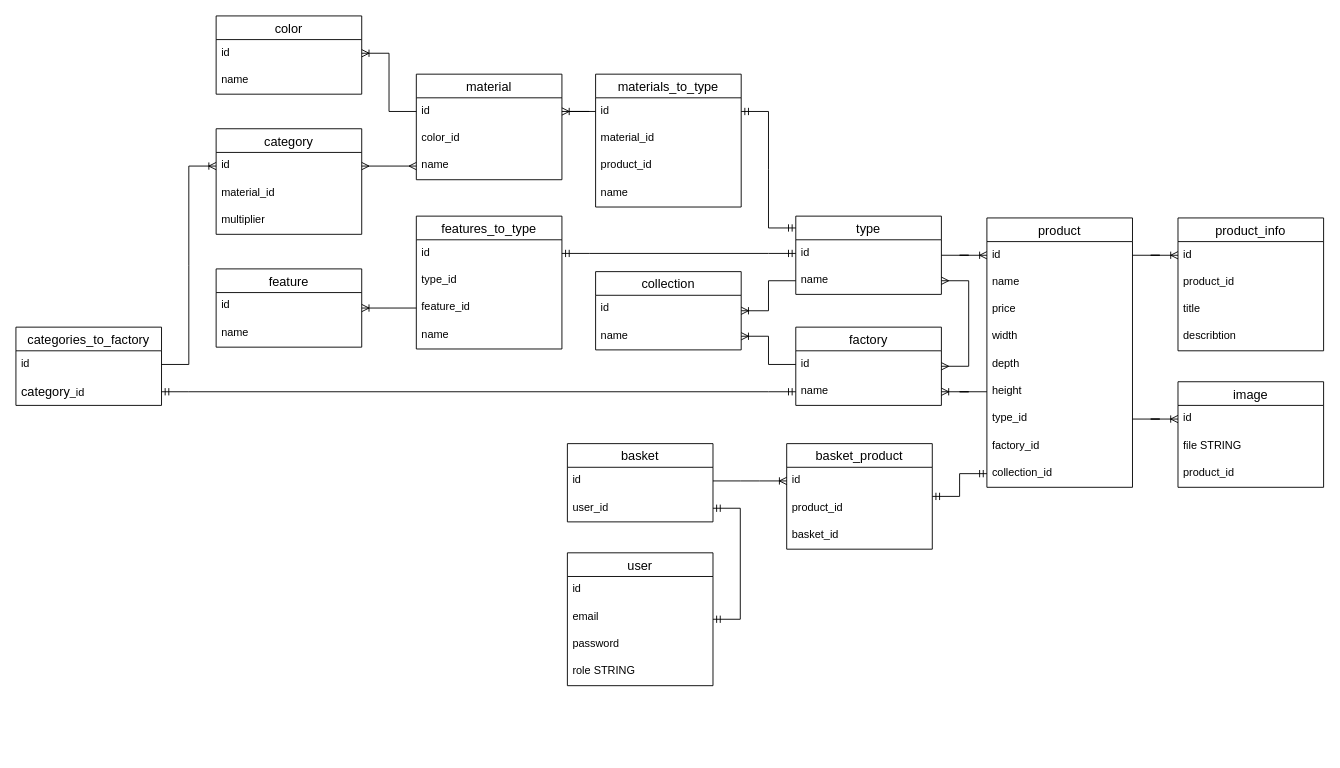
Ingwaruz/riazanov-mebel-shop keeps this draw.io diagram as DB-riazanov-shop.drawio. Above is the earlier version. Source tidied: cells renumbered, new cells numbered last; positions are measured from the earlier drawing's top-left corner, leaving out a move shared by most shapes. Both pictures are drawn from the tidied source at 91%, with x=0, y=0 at pixel (15, 15).
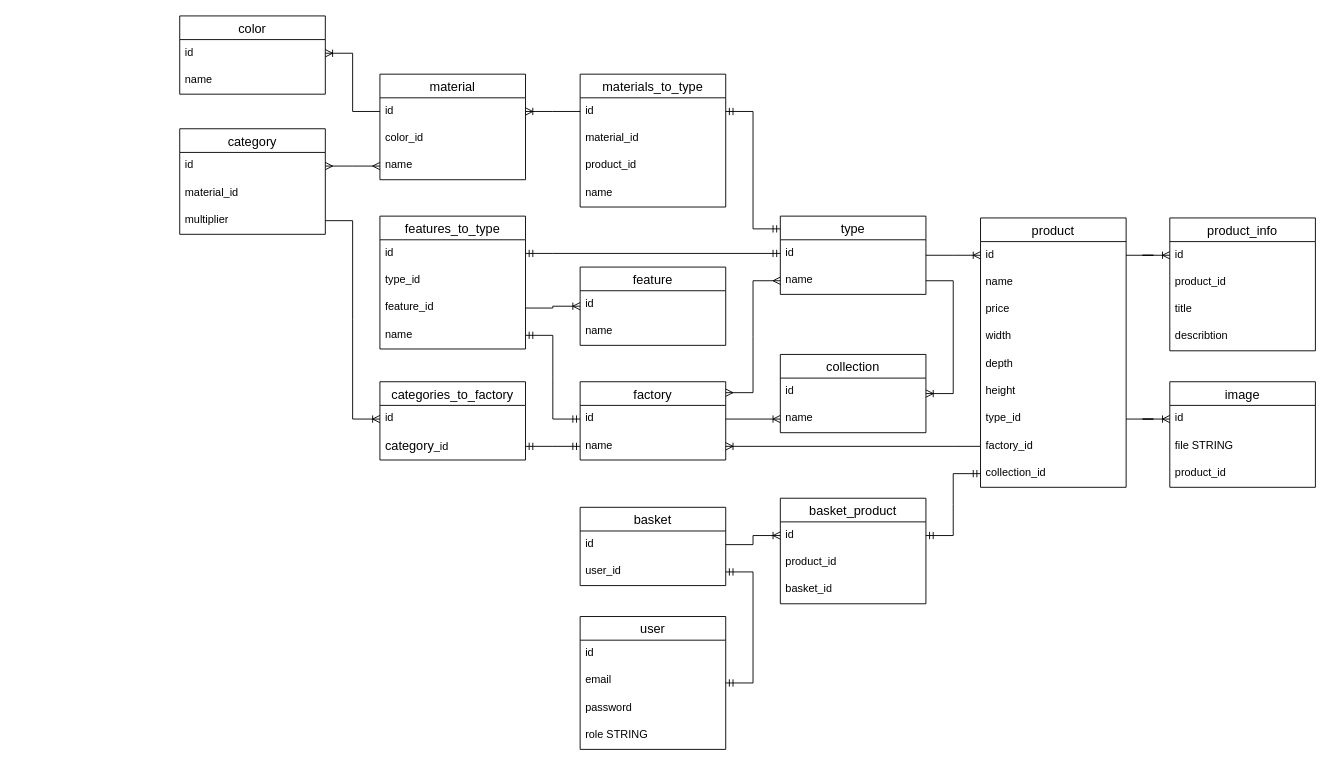
The same page after the edit.

Commit message:
optimal db schema

The change refers to these unchanged cells:
```xml
<mxCell id="9" value="user_id" style="text;strokeColor=none;fillColor=none;spacingLeft=4;spacingRight=4;overflow=hidden;points=[[0,0.5],[1,0.5]];portConstraint=eastwest;fontSize=12;whiteSpace=wrap;html=1;" parent="7" vertex="1">
  <mxGeometry y="56" width="160" height="30" as="geometry" />
</mxCell>
<mxCell id="16" value="height" style="text;strokeColor=none;fillColor=none;spacingLeft=4;spacingRight=4;overflow=hidden;points=[[0,0.5],[1,0.5]];portConstraint=eastwest;fontSize=12;whiteSpace=wrap;html=1;" parent="10" vertex="1">
  <mxGeometry y="176" width="160" height="30" as="geometry" />
</mxCell>
<mxCell id="18" value="factory_id" style="text;strokeColor=none;fillColor=none;spacingLeft=4;spacingRight=4;overflow=hidden;points=[[0,0.5],[1,0.5]];portConstraint=eastwest;fontSize=12;whiteSpace=wrap;html=1;" parent="10" vertex="1">
  <mxGeometry y="236" width="160" height="30" as="geometry" />
</mxCell>
<mxCell id="19" value="collection_id" style="text;strokeColor=none;fillColor=none;spacingLeft=4;spacingRight=4;overflow=hidden;points=[[0,0.5],[1,0.5]];portConstraint=eastwest;fontSize=12;whiteSpace=wrap;html=1;" parent="10" vertex="1">
  <mxGeometry y="266" width="160" height="30" as="geometry" />
</mxCell>
<mxCell id="21" value="id" style="text;strokeColor=none;fillColor=none;spacingLeft=4;spacingRight=4;overflow=hidden;points=[[0,0.5],[1,0.5]];portConstraint=eastwest;fontSize=12;whiteSpace=wrap;html=1;" parent="20" vertex="1">
  <mxGeometry y="26" width="160" height="30" as="geometry" />
</mxCell>
<mxCell id="22" value="name" style="text;strokeColor=none;fillColor=none;spacingLeft=4;spacingRight=4;overflow=hidden;points=[[0,0.5],[1,0.5]];portConstraint=eastwest;fontSize=12;whiteSpace=wrap;html=1;" parent="20" vertex="1">
  <mxGeometry y="56" width="160" height="30" as="geometry" />
</mxCell>
<mxCell id="25" value="name" style="text;strokeColor=none;fillColor=none;spacingLeft=4;spacingRight=4;overflow=hidden;points=[[0,0.5],[1,0.5]];portConstraint=eastwest;fontSize=12;whiteSpace=wrap;html=1;" parent="23" vertex="1">
  <mxGeometry y="56" width="160" height="30" as="geometry" />
</mxCell>
<mxCell id="34" value="id" style="text;strokeColor=none;fillColor=none;spacingLeft=4;spacingRight=4;overflow=hidden;points=[[0,0.5],[1,0.5]];portConstraint=eastwest;fontSize=12;whiteSpace=wrap;html=1;" parent="33" vertex="1">
  <mxGeometry y="26" width="160" height="30" as="geometry" />
</mxCell>
<mxCell id="58" value="id" style="text;strokeColor=none;fillColor=none;spacingLeft=4;spacingRight=4;overflow=hidden;points=[[0,0.5],[1,0.5]];portConstraint=eastwest;fontSize=12;whiteSpace=wrap;html=1;" parent="57" vertex="1">
  <mxGeometry y="26" width="160" height="30" as="geometry" />
</mxCell>
<mxCell id="69" value="id" style="text;strokeColor=none;fillColor=none;spacingLeft=4;spacingRight=4;overflow=hidden;points=[[0,0.5],[1,0.5]];portConstraint=eastwest;fontSize=12;whiteSpace=wrap;html=1;" parent="68" vertex="1">
  <mxGeometry y="26" width="160" height="30" as="geometry" />
</mxCell>
<mxCell id="71" value="multiplier" style="text;strokeColor=none;fillColor=none;spacingLeft=4;spacingRight=4;overflow=hidden;points=[[0,0.5],[1,0.5]];portConstraint=eastwest;fontSize=12;whiteSpace=wrap;html=1;" parent="68" vertex="1">
  <mxGeometry y="86" width="160" height="30" as="geometry" />
</mxCell>
<mxCell id="83" value="id" style="text;strokeColor=none;fillColor=none;spacingLeft=4;spacingRight=4;overflow=hidden;points=[[0,0.5],[1,0.5]];portConstraint=eastwest;fontSize=12;whiteSpace=wrap;html=1;" parent="82" vertex="1">
  <mxGeometry y="26" width="160" height="30" as="geometry" />
</mxCell>
```

The edit, as a diff of the source:
```diff
@@
     <mxCell id="2" value="user" style="swimlane;fontStyle=0;horizontal=1;startSize=26;align=center;fontSize=14;" parent="1" vertex="1">
-      <mxGeometry x="606" y="590" width="160" height="146" as="geometry" />
+      <mxGeometry x="620" y="660" width="160" height="146" as="geometry" />
     </mxCell>
@@
     <mxCell id="7" value="basket" style="swimlane;fontStyle=0;horizontal=1;startSize=26;align=center;fontSize=14;" parent="1" vertex="1">
-      <mxGeometry x="606" y="470" width="160" height="86" as="geometry" />
+      <mxGeometry x="620" y="540" width="160" height="86" as="geometry" />
     </mxCell>
@@
     <mxCell id="10" value="product" style="swimlane;fontStyle=0;horizontal=1;startSize=26;align=center;fontSize=14;" parent="1" vertex="1">
-      <mxGeometry x="1067" y="222" width="160" height="296" as="geometry" />
+      <mxGeometry x="1060" y="222" width="160" height="296" as="geometry" />
     </mxCell>
@@
     <mxCell id="20" value="factory" style="swimlane;fontStyle=0;horizontal=1;startSize=26;align=center;fontSize=14;" parent="1" vertex="1">
-      <mxGeometry x="857" y="342" width="160" height="86" as="geometry" />
+      <mxGeometry x="620" y="402" width="160" height="86" as="geometry" />
     </mxCell>
@@
     <mxCell id="23" value="type" style="swimlane;fontStyle=0;horizontal=1;startSize=26;align=center;fontSize=14;" parent="1" vertex="1">
-      <mxGeometry x="857" y="220" width="160" height="86" as="geometry" />
+      <mxGeometry x="840" y="220" width="160" height="86" as="geometry" />
     </mxCell>
@@
-    <mxCell id="27" style="edgeStyle=entityRelationEdgeStyle;fontSize=12;html=1;endArrow=ERmany;startArrow=ERmany;rounded=0;" parent="1" edge="1" source="25" target="20">
-      <mxGeometry relative="1" as="geometry" />
-    </mxCell>
     <mxCell id="28" value="product_info" style="swimlane;fontStyle=0;horizontal=1;startSize=26;align=center;fontSize=14;" parent="1" vertex="1">
-      <mxGeometry x="1277" y="222" width="160" height="146" as="geometry" />
+      <mxGeometry x="1268" y="222" width="160" height="146" as="geometry" />
     </mxCell>
@@
     <mxCell id="33" value="basket_product" style="swimlane;fontStyle=0;horizontal=1;startSize=26;align=center;fontSize=14;" parent="1" vertex="1">
-      <mxGeometry x="847" y="470" width="160" height="116" as="geometry" />
+      <mxGeometry x="840" y="530" width="160" height="116" as="geometry" />
     </mxCell>
@@
     <mxCell id="38" style="edgeStyle=entityRelationEdgeStyle;fontSize=12;html=1;endArrow=ERmandOne;startArrow=ERmandOne;rounded=0;" parent="1" edge="1" source="9" target="2">
       <mxGeometry relative="1" as="geometry">
         <Array as="points">
-          <mxPoint x="726" y="839" />
-          <mxPoint x="636" y="839" />
-          <mxPoint x="626" y="839" />
+          <mxPoint x="740" y="909" />
+          <mxPoint x="650" y="909" />
+          <mxPoint x="640" y="909" />
         </Array>
       </mxGeometry>
     </mxCell>
-    <mxCell id="39" value="features_to_type" style="swimlane;fontStyle=0;horizontal=1;startSize=26;align=center;fontSize=14;" parent="1" vertex="1">
-      <mxGeometry x="440" y="220" width="160" height="146" as="geometry" />
-    </mxCell>
-    <mxCell id="40" value="id" style="text;strokeColor=none;fillColor=none;spacingLeft=4;spacingRight=4;overflow=hidden;points=[[0,0.5],[1,0.5]];portConstraint=eastwest;fontSize=12;whiteSpace=wrap;html=1;" parent="39" vertex="1">
-      <mxGeometry y="26" width="160" height="30" as="geometry" />
-    </mxCell>
-    <mxCell id="41" value="type_id" style="text;strokeColor=none;fillColor=none;spacingLeft=4;spacingRight=4;overflow=hidden;fontSize=12;whiteSpace=wrap;html=1;" parent="39" vertex="1">
-      <mxGeometry y="56" width="160" height="30" as="geometry" />
-    </mxCell>
-    <mxCell id="42" value="feature_id" style="text;strokeColor=none;fillColor=none;spacingLeft=4;spacingRight=4;overflow=hidden;points=[[0,0.5],[1,0.5]];portConstraint=eastwest;fontSize=12;whiteSpace=wrap;html=1;" parent="39" vertex="1">
-      <mxGeometry y="86" width="160" height="30" as="geometry" />
-    </mxCell>
-    <mxCell id="43" value="name" style="text;strokeColor=none;fillColor=none;spacingLeft=4;spacingRight=4;overflow=hidden;points=[[0,0.5],[1,0.5]];portConstraint=eastwest;fontSize=12;whiteSpace=wrap;html=1;" parent="39" vertex="1">
-      <mxGeometry y="116" width="160" height="30" as="geometry" />
-    </mxCell>
-    <mxCell id="44" style="edgeStyle=entityRelationEdgeStyle;fontSize=12;html=1;endArrow=ERmandOne;startArrow=ERmandOne;rounded=0;" parent="1" edge="1" source="33" target="19">
+    <mxCell id="44" style="edgeStyle=entityRelationEdgeStyle;fontSize=12;html=1;endArrow=ERmandOne;startArrow=ERmandOne;rounded=0;" parent="1" edge="1" source="34" target="19">
       <mxGeometry relative="1" as="geometry">
         <Array as="points">
           <mxPoint x="547" y="686" />
         </Array>
       </mxGeometry>
     </mxCell>
     <mxCell id="45" value="collection" style="swimlane;fontStyle=0;horizontal=1;startSize=26;align=center;fontSize=14;" parent="1" vertex="1">
-      <mxGeometry x="637" y="281" width="160" height="86" as="geometry" />
+      <mxGeometry x="840" y="372" width="160" height="86" as="geometry" />
     </mxCell>
@@
     <mxCell id="48" value="color" style="swimlane;fontStyle=0;horizontal=1;startSize=26;align=center;fontSize=14;" parent="1" vertex="1">
-      <mxGeometry x="220" width="160" height="86" as="geometry" />
+      <mxGeometry x="180" width="160" height="86" as="geometry" />
     </mxCell>
@@
     <mxCell id="51" value="material" style="swimlane;fontStyle=0;horizontal=1;startSize=26;align=center;fontSize=14;" parent="1" vertex="1">
-      <mxGeometry x="440" y="64" width="160" height="116" as="geometry" />
+      <mxGeometry x="400" y="64" width="160" height="116" as="geometry" />
     </mxCell>
@@
     <mxCell id="57" value="materials_to_type" style="swimlane;fontStyle=0;horizontal=1;startSize=26;align=center;fontSize=14;" parent="1" vertex="1">
-      <mxGeometry x="637" y="64" width="160" height="146" as="geometry" />
+      <mxGeometry x="620" y="64" width="160" height="146" as="geometry" />
     </mxCell>
@@
     <mxCell id="62" style="edgeStyle=entityRelationEdgeStyle;fontSize=12;html=1;endArrow=ERmandOne;startArrow=ERmandOne;rounded=0;" parent="1" edge="1" source="58">
       <mxGeometry relative="1" as="geometry">
-        <mxPoint x="857" y="233" as="targetPoint" />
+        <mxPoint x="840" y="234" as="targetPoint" />
       </mxGeometry>
     </mxCell>
@@
     <mxCell id="64" value="image" style="swimlane;fontStyle=0;horizontal=1;startSize=26;align=center;fontSize=14;" parent="1" vertex="1">
-      <mxGeometry x="1277" y="402" width="160" height="116" as="geometry" />
+      <mxGeometry x="1268" y="402" width="160" height="116" as="geometry" />
     </mxCell>
@@
     <mxCell id="68" value="category" style="swimlane;fontStyle=0;horizontal=1;startSize=26;align=center;fontSize=14;" parent="1" vertex="1">
-      <mxGeometry x="220" y="124" width="160" height="116" as="geometry" />
+      <mxGeometry x="180" y="124" width="160" height="116" as="geometry" />
     </mxCell>
@@
     <mxCell id="72" value="feature" style="swimlane;fontStyle=0;horizontal=1;startSize=26;align=center;fontSize=14;" parent="1" vertex="1">
-      <mxGeometry x="220" y="278" width="160" height="86" as="geometry" />
+      <mxGeometry x="620" y="276" width="160" height="86" as="geometry" />
     </mxCell>
@@
     <mxCell id="75" style="edgeStyle=entityRelationEdgeStyle;fontSize=12;html=1;endArrow=ERoneToMany;rounded=0;" parent="1" edge="1" source="42" target="72">
       <mxGeometry relative="1" as="geometry">
         <Array as="points">
-          <mxPoint x="384" y="424" />
+          <mxPoint x="427" y="424" />
         </Array>
       </mxGeometry>
     </mxCell>
@@
-    <mxCell id="78" style="edgeStyle=entityRelationEdgeStyle;fontSize=12;html=1;endArrow=ERoneToMany;rounded=0;" parent="1" edge="1" source="16" target="22">
+    <mxCell id="78" style="edgeStyle=entityRelationEdgeStyle;fontSize=12;html=1;endArrow=ERoneToMany;rounded=0;" parent="1" edge="1" source="18" target="22">
       <mxGeometry relative="1" as="geometry">
         <Array as="points">
           <mxPoint x="987" y="470" />
           <mxPoint x="1027" y="510" />
           <mxPoint x="1017" y="510" />
         </Array>
       </mxGeometry>
     </mxCell>
@@
     <mxCell id="82" value="categories_to_factory" style="swimlane;fontStyle=0;horizontal=1;startSize=26;align=center;fontSize=14;" parent="1" vertex="1">
-      <mxGeometry y="342" width="160" height="86" as="geometry" />
+      <mxGeometry x="400" y="402" width="160" height="86" as="geometry" />
     </mxCell>
@@
-    <mxCell id="85" style="edgeStyle=entityRelationEdgeStyle;fontSize=12;html=1;endArrow=ERoneToMany;rounded=0;" parent="1" edge="1" source="83" target="69">
-      <mxGeometry relative="1" as="geometry">
-        <Array as="points">
-          <mxPoint x="394" y="434" />
-          <mxPoint x="417" y="340" />
-        </Array>
-      </mxGeometry>
-    </mxCell>
@@
+    <mxCell id="87" style="edgeStyle=entityRelationEdgeStyle;fontSize=12;html=1;endArrow=ERmandOne;startArrow=ERmandOne;rounded=0;" parent="1" edge="1" source="43" target="21">
+      <mxGeometry relative="1" as="geometry">
+        <Array as="points">
+          <mxPoint x="650" y="313" />
+          <mxPoint x="660" y="353" />
+          <mxPoint x="860" y="363" />
+          <mxPoint x="480" y="333" />
+          <mxPoint x="700" y="343" />
+        </Array>
+      </mxGeometry>
+    </mxCell>
+    <mxCell id="88" style="fontSize=12;html=1;endArrow=ERoneToMany;rounded=0;edgeStyle=entityRelationEdgeStyle;elbow=vertical;curved=0;" parent="1" edge="1" source="71" target="83">
+      <mxGeometry relative="1" as="geometry">
+        <Array as="points">
+          <mxPoint x="267" y="330" />
+          <mxPoint x="137" y="350" />
+          <mxPoint x="267" y="380" />
+        </Array>
+      </mxGeometry>
+    </mxCell>
+    <mxCell id="39" value="features_to_type" style="swimlane;fontStyle=0;horizontal=1;startSize=26;align=center;fontSize=14;" parent="1" vertex="1">
+      <mxGeometry x="400" y="220" width="160" height="146" as="geometry" />
+    </mxCell>
+    <mxCell id="40" value="id" style="text;strokeColor=none;fillColor=none;spacingLeft=4;spacingRight=4;overflow=hidden;points=[[0,0.5],[1,0.5]];portConstraint=eastwest;fontSize=12;whiteSpace=wrap;html=1;" parent="39" vertex="1">
+      <mxGeometry y="26" width="160" height="30" as="geometry" />
+    </mxCell>
+    <mxCell id="41" value="type_id" style="text;strokeColor=none;fillColor=none;spacingLeft=4;spacingRight=4;overflow=hidden;fontSize=12;whiteSpace=wrap;html=1;" parent="39" vertex="1">
+      <mxGeometry y="56" width="160" height="30" as="geometry" />
+    </mxCell>
+    <mxCell id="42" value="feature_id" style="text;strokeColor=none;fillColor=none;spacingLeft=4;spacingRight=4;overflow=hidden;points=[[0,0.5],[1,0.5]];portConstraint=eastwest;fontSize=12;whiteSpace=wrap;html=1;" parent="39" vertex="1">
+      <mxGeometry y="86" width="160" height="30" as="geometry" />
+    </mxCell>
+    <mxCell id="43" value="name" style="text;strokeColor=none;fillColor=none;spacingLeft=4;spacingRight=4;overflow=hidden;points=[[0,0.5],[1,0.5]];portConstraint=eastwest;fontSize=12;whiteSpace=wrap;html=1;" parent="39" vertex="1">
+      <mxGeometry y="116" width="160" height="30" as="geometry" />
+    </mxCell>
+    <mxCell id="89" style="edgeStyle=entityRelationEdgeStyle;fontSize=12;html=1;endArrow=ERmany;startArrow=ERmany;rounded=0;" parent="1" edge="1" target="25">
+      <mxGeometry relative="1" as="geometry">
+        <mxPoint x="780" y="414" as="sourcePoint" />
+      </mxGeometry>
+    </mxCell>
```
